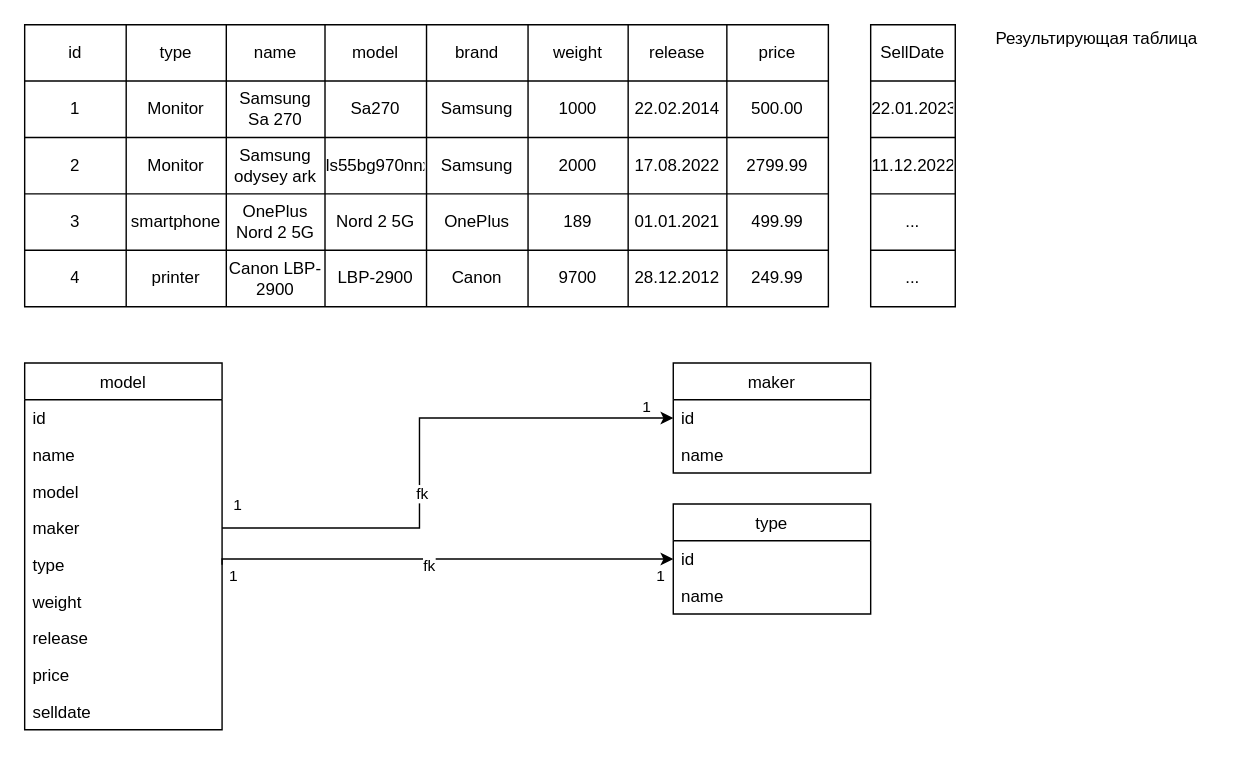
Before: page "DataBase" (1 of 2) of UML.drawio in Plasmat1x/CourseProjectCS, a draw.io diagram. Source tidied: cells renumbered, new cells numbered last; positions are measured from the earlier drawing's top-left corner, leaving out a move shared by most shapes. Both pictures are drawn from the tidied source at 141%, with x=0, y=0 at pixel (24, 24).
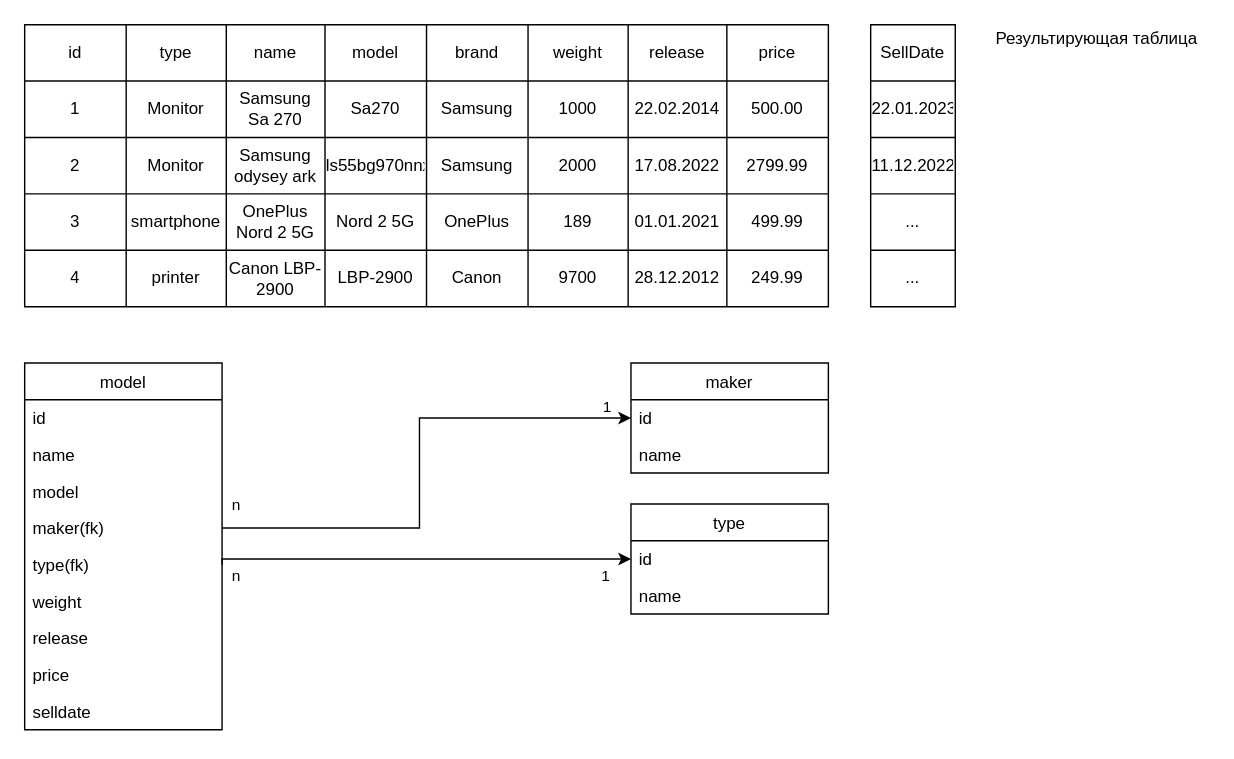
The same diagram, later.

Commit message (it also covers changes not shown here):
Changed Froms, add Class DataBaseService, Modify UML

The change refers to these unchanged cells:
```xml
<mxCell id="54" value="model" style="swimlane;fontStyle=0;horizontal=1;startSize=26;fillColor=none;" parent="1" vertex="1">
  <mxGeometry y="240" width="140" height="260" as="geometry" />
</mxCell>
<mxCell id="64" style="edgeStyle=orthogonalEdgeStyle;rounded=0;jettySize=auto;html=1;exitX=1;exitY=0.5;exitDx=0;exitDy=0;entryX=0;entryY=0.5;entryDx=0;entryDy=0;" parent="1" edge="1" source="58" target="49">
  <mxGeometry relative="1" as="geometry">
    <Array as="points">
      <mxPoint x="280" y="357" />
      <mxPoint x="280" y="279" />
    </Array>
  </mxGeometry>
</mxCell>
<mxCell id="68" style="edgeStyle=orthogonalEdgeStyle;rounded=0;jettySize=auto;html=1;entryX=0;entryY=0.5;entryDx=0;entryDy=0;exitX=1;exitY=0.5;exitDx=0;exitDy=0;" parent="1" edge="1" source="59" target="52">
  <mxGeometry relative="1" as="geometry">
    <Array as="points">
      <mxPoint x="140" y="379" />
    </Array>
  </mxGeometry>
</mxCell>
```

The edit, as a diff of the source:
```diff
@@
-<mxGraphModel background="#FFFFFF">
+<mxGraphModel background="#ffffff">
@@
     <mxCell id="48" value="maker" style="swimlane;fontStyle=0;horizontal=1;startSize=26;fillColor=none;" parent="1" vertex="1">
-      <mxGeometry x="460" y="240" width="140" height="78" as="geometry" />
+      <mxGeometry x="430" y="240" width="140" height="78" as="geometry" />
     </mxCell>
@@
     <mxCell id="51" value="type" style="swimlane;fontStyle=0;horizontal=1;startSize=26;fillColor=none;" parent="1" vertex="1">
-      <mxGeometry x="460" y="340" width="140" height="78" as="geometry" />
+      <mxGeometry x="430" y="340" width="140" height="78" as="geometry" />
     </mxCell>
@@
-    <mxCell id="58" value="maker" style="text;strokeColor=none;fillColor=none;align=left;verticalAlign=top;spacingLeft=4;spacingRight=4;overflow=hidden;points=[[0,0.5],[1,0.5]];portConstraint=eastwest;" parent="54" vertex="1">
+    <mxCell id="58" value="maker(fk)" style="text;strokeColor=none;fillColor=none;align=left;verticalAlign=top;spacingLeft=4;spacingRight=4;overflow=hidden;points=[[0,0.5],[1,0.5]];portConstraint=eastwest;" parent="54" vertex="1">
       <mxGeometry y="104" width="140" height="26" as="geometry" />
     </mxCell>
-    <mxCell id="59" value="type" style="text;strokeColor=none;fillColor=none;align=left;verticalAlign=top;spacingLeft=4;spacingRight=4;overflow=hidden;points=[[0,0.5],[1,0.5]];portConstraint=eastwest;" parent="54" vertex="1">
+    <mxCell id="59" value="type(fk)" style="text;strokeColor=none;fillColor=none;align=left;verticalAlign=top;spacingLeft=4;spacingRight=4;overflow=hidden;points=[[0,0.5],[1,0.5]];portConstraint=eastwest;" parent="54" vertex="1">
       <mxGeometry y="130" width="140" height="26" as="geometry" />
     </mxCell>
@@
-    <mxCell id="65" value="fk" style="edgeLabel;html=1;align=center;verticalAlign=middle;" parent="64" vertex="1">
-      <mxGeometry x="-0.17" y="-1" relative="1" as="geometry" />
-    </mxCell>
-    <mxCell id="66" value="1" style="edgeLabel;html=1;align=center;verticalAlign=middle;" parent="64" vertex="1">
+    <mxCell id="66" value="n" style="edgeLabel;html=1;align=center;verticalAlign=middle;" parent="64" vertex="1">
       <mxGeometry x="-0.95" y="1" relative="1" as="geometry">
         <mxPoint y="-16" as="offset" />
       </mxGeometry>
     </mxCell>
@@
-    <mxCell id="69" value="fk" style="edgeLabel;html=1;align=center;verticalAlign=middle;" parent="68" vertex="1">
-      <mxGeometry x="-0.24" y="-3" relative="1" as="geometry">
-        <mxPoint x="27" y="1" as="offset" />
-      </mxGeometry>
-    </mxCell>
-    <mxCell id="70" value="1" style="edgeLabel;html=1;align=center;verticalAlign=middle;" parent="68" vertex="1">
+    <mxCell id="70" value="n" style="edgeLabel;html=1;align=center;verticalAlign=middle;" parent="68" vertex="1">
       <mxGeometry x="-0.93" y="-1" relative="1" as="geometry">
-        <mxPoint y="10" as="offset" />
+        <mxPoint x="3" y="10" as="offset" />
       </mxGeometry>
     </mxCell>
     <mxCell id="71" value="1" style="edgeLabel;html=1;align=center;verticalAlign=middle;" parent="68" vertex="1">
       <mxGeometry x="0.94" relative="1" as="geometry">
-        <mxPoint y="11" as="offset" />
+        <mxPoint x="-10" y="11" as="offset" />
       </mxGeometry>
     </mxCell>
```
